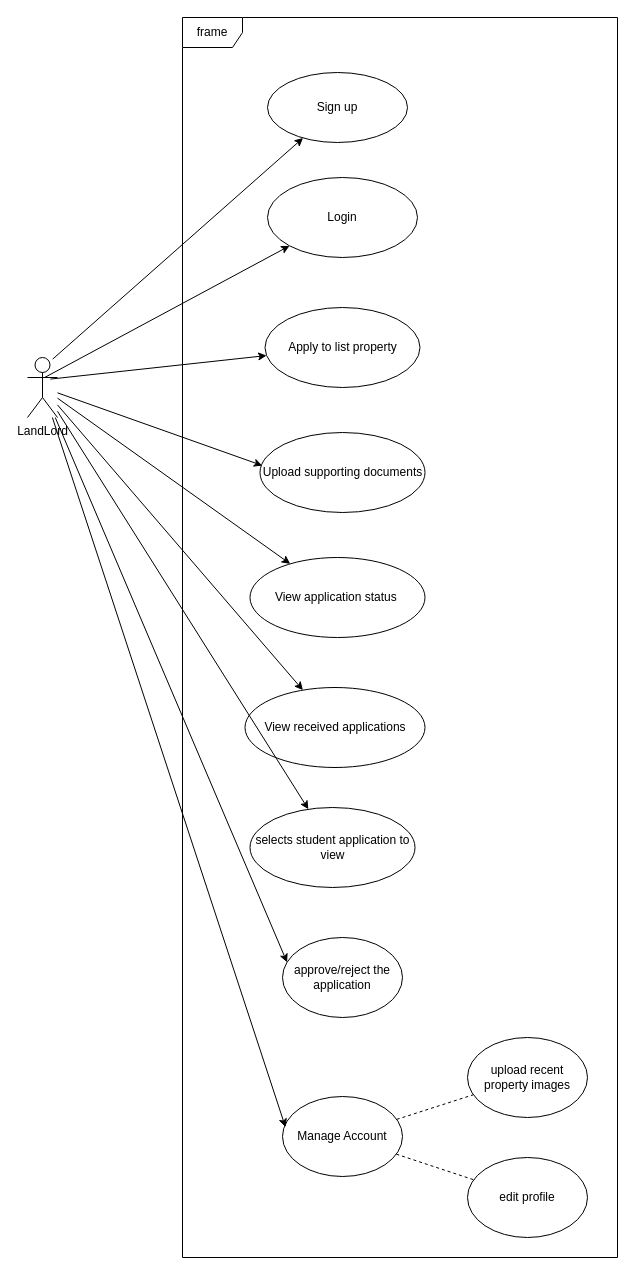
Earlier version of the draw.io diagram LandLordUseCase.drawio (SETHU60/cput_accomodation_application). Source tidied: cells renumbered, new cells numbered last; positions are measured from the earlier drawing's top-left corner, leaving out a move shared by most shapes. Both pictures are drawn from the tidied source at 100%, with x=0, y=0 at pixel (27, 17).
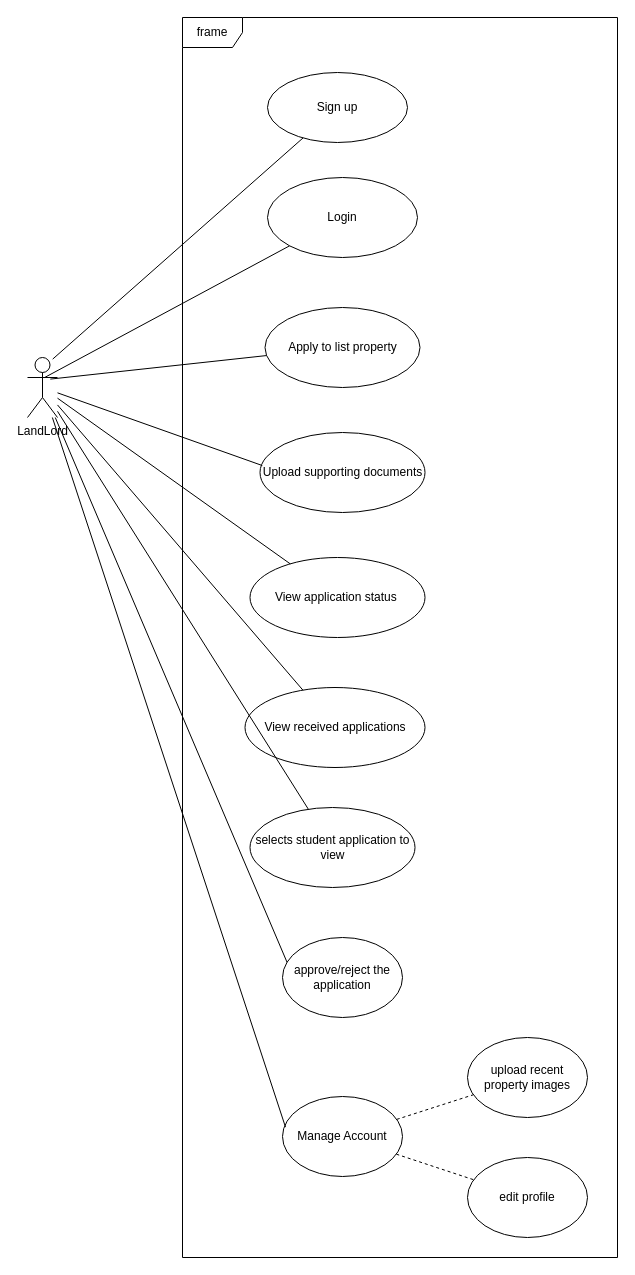
Above is the later version.

The change refers to these unchanged cells:
```xml
<mxCell id="2" value="LandLord" style="shape=umlActor;verticalLabelPosition=bottom;verticalAlign=top;html=1;" parent="1" vertex="1">
  <mxGeometry y="340" width="30" height="60" as="geometry" />
</mxCell>
<mxCell id="4" value="Sign up" style="ellipse;whiteSpace=wrap;html=1;" parent="1" vertex="1">
  <mxGeometry x="240" y="55" width="140" height="70" as="geometry" />
</mxCell>
<mxCell id="5" value="Login" style="ellipse;whiteSpace=wrap;html=1;" parent="1" vertex="1">
  <mxGeometry x="240" y="160" width="150" height="80" as="geometry" />
</mxCell>
<mxCell id="6" value="Apply to list property" style="ellipse;whiteSpace=wrap;html=1;" parent="1" vertex="1">
  <mxGeometry x="237.5" y="290" width="155" height="80" as="geometry" />
</mxCell>
<mxCell id="7" value="Upload supporting documents" style="ellipse;whiteSpace=wrap;html=1;" parent="1" vertex="1">
  <mxGeometry x="232.5" y="415" width="165" height="80" as="geometry" />
</mxCell>
<mxCell id="8" value="View application status&amp;nbsp;" style="ellipse;whiteSpace=wrap;html=1;" parent="1" vertex="1">
  <mxGeometry x="222.5" y="540" width="175" height="80" as="geometry" />
</mxCell>
<mxCell id="9" value="View received applications" style="ellipse;whiteSpace=wrap;html=1;" parent="1" vertex="1">
  <mxGeometry x="217.5" y="670" width="180" height="80" as="geometry" />
</mxCell>
<mxCell id="10" value="selects student application to view" style="ellipse;whiteSpace=wrap;html=1;" parent="1" vertex="1">
  <mxGeometry x="222.5" y="790" width="165" height="80" as="geometry" />
</mxCell>
<mxCell id="11" value="approve/reject the application" style="ellipse;whiteSpace=wrap;html=1;" parent="1" vertex="1">
  <mxGeometry x="255" y="920" width="120" height="80" as="geometry" />
</mxCell>
<mxCell id="12" value="Manage Account" style="ellipse;whiteSpace=wrap;html=1;" parent="1" vertex="1">
  <mxGeometry x="255" y="1079" width="120" height="80" as="geometry" />
</mxCell>
```

The edit, as a diff of the source:
```diff
@@
-    <mxCell id="13" style="endArrow=classic;html=1;rounded=0;exitX=0.573;exitY=0.333;exitDx=0;exitDy=0;exitPerimeter=0;" parent="1" edge="1" source="2" target="5">
+    <mxCell id="13" style="endArrow=none;html=1;rounded=0;exitX=0.573;exitY=0.333;exitDx=0;exitDy=0;exitPerimeter=0;endFill=0;" parent="1" edge="1" source="2" target="5">
       <mxGeometry relative="1" as="geometry" />
     </mxCell>
-    <mxCell id="14" style="endArrow=classic;html=1;rounded=0;exitX=0.84;exitY=0.027;exitDx=0;exitDy=0;exitPerimeter=0;" parent="1" edge="1" source="2" target="4">
+    <mxCell id="14" style="endArrow=none;html=1;rounded=0;exitX=0.84;exitY=0.027;exitDx=0;exitDy=0;exitPerimeter=0;endFill=0;" parent="1" edge="1" source="2" target="4">
       <mxGeometry relative="1" as="geometry" />
     </mxCell>
-    <mxCell id="15" style="endArrow=classic;html=1;rounded=0;exitX=0.76;exitY=0.36;exitDx=0;exitDy=0;exitPerimeter=0;" parent="1" edge="1" source="2" target="6">
+    <mxCell id="15" style="endArrow=none;html=1;rounded=0;exitX=0.76;exitY=0.36;exitDx=0;exitDy=0;exitPerimeter=0;endFill=0;" parent="1" edge="1" source="2" target="6">
       <mxGeometry relative="1" as="geometry" />
     </mxCell>
-    <mxCell id="16" style="endArrow=classic;html=1;rounded=0;entryX=0.014;entryY=0.413;entryDx=0;entryDy=0;entryPerimeter=0;" parent="1" edge="1" source="2" target="7">
+    <mxCell id="16" style="endArrow=none;html=1;rounded=0;entryX=0.014;entryY=0.413;entryDx=0;entryDy=0;entryPerimeter=0;endFill=0;" parent="1" edge="1" source="2" target="7">
       <mxGeometry relative="1" as="geometry" />
     </mxCell>
-    <mxCell id="17" style="endArrow=classic;html=1;rounded=0;" parent="1" edge="1" source="2" target="8">
+    <mxCell id="17" style="endArrow=none;html=1;rounded=0;endFill=0;" parent="1" edge="1" source="2" target="8">
       <mxGeometry relative="1" as="geometry" />
     </mxCell>
-    <mxCell id="18" style="endArrow=classic;html=1;rounded=0;" parent="1" edge="1" source="2" target="9">
+    <mxCell id="18" style="endArrow=none;html=1;rounded=0;endFill=0;" parent="1" edge="1" source="2" target="9">
       <mxGeometry relative="1" as="geometry" />
     </mxCell>
-    <mxCell id="19" style="endArrow=classic;html=1;rounded=0;" parent="1" edge="1" source="2" target="10">
+    <mxCell id="19" style="endArrow=none;html=1;rounded=0;endFill=0;" parent="1" edge="1" source="2" target="10">
       <mxGeometry relative="1" as="geometry" />
     </mxCell>
-    <mxCell id="20" style="endArrow=classic;html=1;rounded=0;entryX=0.038;entryY=0.31;entryDx=0;entryDy=0;entryPerimeter=0;" parent="1" edge="1" source="2" target="11">
+    <mxCell id="20" style="endArrow=none;html=1;rounded=0;entryX=0.038;entryY=0.31;entryDx=0;entryDy=0;entryPerimeter=0;endFill=0;" parent="1" edge="1" source="2" target="11">
       <mxGeometry relative="1" as="geometry" />
     </mxCell>
-    <mxCell id="21" style="endArrow=classic;html=1;rounded=0;entryX=0.025;entryY=0.383;entryDx=0;entryDy=0;entryPerimeter=0;" parent="1" edge="1" source="2" target="12">
+    <mxCell id="21" style="endArrow=none;html=1;rounded=0;entryX=0.025;entryY=0.383;entryDx=0;entryDy=0;entryPerimeter=0;endFill=0;" parent="1" edge="1" source="2" target="12">
       <mxGeometry relative="1" as="geometry" />
     </mxCell>
```
